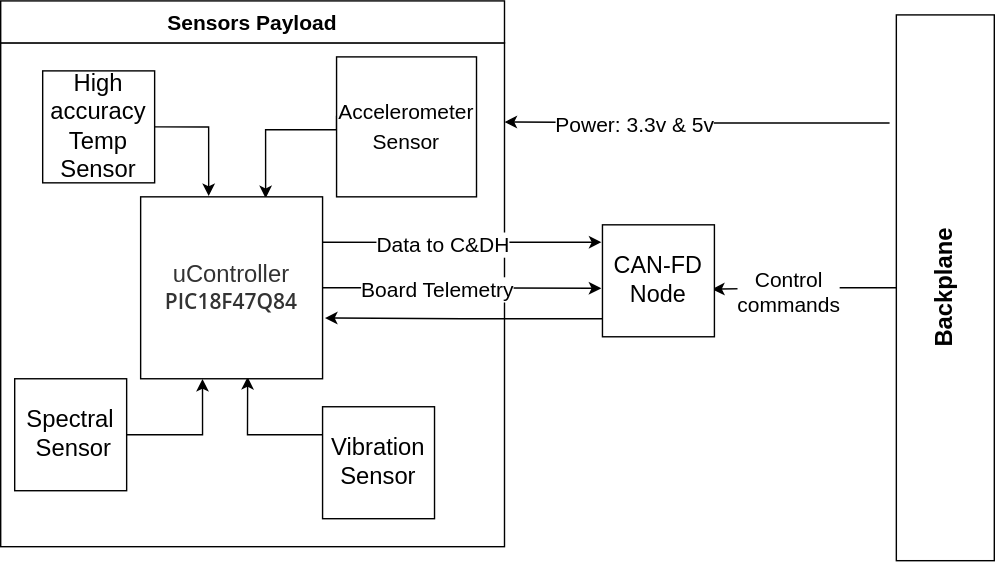
This is Payload/Payload_level1.drawio.svg from coloradocube/balloonsat-bus, a draw.io export, as it was before one commit. Source tidied: cells renumbered, new cells last; positions are measured from the earlier drawing's top-left corner, leaving out a move shared by most shapes. The source it was exported from:
```xml
<mxGraphModel>
  <root>
    <mxCell id="0" />
    <mxCell id="1" parent="0" />
    <mxCell id="2" style="whiteSpace=wrap;html=1;fontSize=15;" parent="1" vertex="1">
      <mxGeometry y="30" width="360" height="360" as="geometry" />
    </mxCell>
    <mxCell id="3" style="edgeStyle=orthogonalEdgeStyle;rounded=0;jettySize=auto;html=1;exitX=0;exitY=0.5;exitDx=0;exitDy=0;entryX=0.979;entryY=0.575;entryDx=0;entryDy=0;entryPerimeter=0;fontSize=15;" parent="1" edge="1" source="7" target="22">
      <mxGeometry relative="1" as="geometry" />
    </mxCell>
    <mxCell id="4" value="Control&lt;br&gt;commands" style="edgeLabel;html=1;align=center;verticalAlign=middle;fontSize=15;" parent="3" vertex="1">
      <mxGeometry x="0.19" y="1" relative="1" as="geometry" />
    </mxCell>
    <mxCell id="5" style="edgeStyle=orthogonalEdgeStyle;rounded=0;jettySize=auto;html=1;exitX=-0.069;exitY=0.198;exitDx=0;exitDy=0;entryX=1;entryY=0.157;entryDx=0;entryDy=0;entryPerimeter=0;fontSize=15;exitPerimeter=0;" parent="1" edge="1" source="7" target="2">
      <mxGeometry relative="1" as="geometry" />
    </mxCell>
    <mxCell id="6" value="Power: 3.3v &amp;amp; 5v" style="edgeLabel;html=1;align=center;verticalAlign=middle;fontSize=15;" parent="5" vertex="1">
      <mxGeometry x="0.33" y="1" relative="1" as="geometry" />
    </mxCell>
    <mxCell id="7" value="&lt;font style=&quot;font-size: 17px;&quot;&gt;&lt;b style=&quot;font-size: 17px;&quot;&gt;Backplane&lt;/b&gt;&lt;/font&gt;" style="rounded=0;whiteSpace=wrap;html=1;direction=east;horizontal=0;fontSize=17;" parent="1" vertex="1">
      <mxGeometry x="640" y="10" width="70" height="390" as="geometry" />
    </mxCell>
    <mxCell id="8" style="edgeStyle=orthogonalEdgeStyle;rounded=0;jettySize=auto;html=1;exitX=1;exitY=0.5;exitDx=0;exitDy=0;entryX=0.34;entryY=1.001;entryDx=0;entryDy=0;entryPerimeter=0;fontSize=15;" parent="1" edge="1" source="9" target="21">
      <mxGeometry relative="1" as="geometry">
        <Array as="points">
          <mxPoint x="144" y="310" />
        </Array>
      </mxGeometry>
    </mxCell>
    <mxCell id="9" value="S&lt;font style=&quot;font-size: 17px;&quot;&gt;pectral&lt;br style=&quot;font-size: 17px;&quot;&gt;&amp;nbsp;Sensor&lt;/font&gt;" style="whiteSpace=wrap;html=1;fontSize=17;" parent="1" vertex="1">
      <mxGeometry x="10" y="270" width="80" height="80" as="geometry" />
    </mxCell>
    <mxCell id="10" style="edgeStyle=orthogonalEdgeStyle;rounded=0;jettySize=auto;html=1;entryX=0.687;entryY=0.008;entryDx=0;entryDy=0;fontSize=15;entryPerimeter=0;exitX=0;exitY=0.5;exitDx=0;exitDy=0;" parent="1" edge="1" target="21">
      <mxGeometry relative="1" as="geometry">
        <mxPoint x="240" y="82" as="sourcePoint" />
        <Array as="points">
          <mxPoint x="240" y="92" />
          <mxPoint x="189" y="92" />
        </Array>
      </mxGeometry>
    </mxCell>
    <mxCell id="11" value="&lt;font style=&quot;font-size: 15px&quot;&gt;Accelerometer&lt;br&gt;Sensor&lt;/font&gt;" style="whiteSpace=wrap;html=1;fontSize=17;" parent="1" vertex="1">
      <mxGeometry x="240" y="40" width="100" height="100" as="geometry" />
    </mxCell>
    <mxCell id="12" style="edgeStyle=orthogonalEdgeStyle;rounded=0;jettySize=auto;html=1;entryX=0.588;entryY=0.99;entryDx=0;entryDy=0;entryPerimeter=0;fontSize=15;exitX=0;exitY=0.25;exitDx=0;exitDy=0;" parent="1" edge="1" source="13" target="21">
      <mxGeometry relative="1" as="geometry" />
    </mxCell>
    <mxCell id="13" value="Vibration Sensor" style="whiteSpace=wrap;html=1;fontSize=17;" parent="1" vertex="1">
      <mxGeometry x="230" y="290" width="80" height="80" as="geometry" />
    </mxCell>
    <mxCell id="14" style="edgeStyle=orthogonalEdgeStyle;rounded=0;jettySize=auto;html=1;entryX=0.374;entryY=-0.004;entryDx=0;entryDy=0;entryPerimeter=0;fontSize=15;exitX=1;exitY=0.5;exitDx=0;exitDy=0;" parent="1" edge="1" source="15" target="21">
      <mxGeometry relative="1" as="geometry" />
    </mxCell>
    <mxCell id="15" value="High accuracy&lt;br style=&quot;font-size: 17px;&quot;&gt;Temp&lt;br style=&quot;font-size: 17px;&quot;&gt;Sensor" style="whiteSpace=wrap;html=1;fontSize=17;" parent="1" vertex="1">
      <mxGeometry x="30" y="50" width="80" height="80" as="geometry" />
    </mxCell>
    <mxCell id="16" style="edgeStyle=orthogonalEdgeStyle;rounded=0;jettySize=auto;html=1;exitX=1;exitY=0.25;exitDx=0;exitDy=0;entryX=-0.009;entryY=0.155;entryDx=0;entryDy=0;entryPerimeter=0;fontSize=15;" parent="1" edge="1" source="21" target="22">
      <mxGeometry relative="1" as="geometry" />
    </mxCell>
    <mxCell id="17" value="Data to C&amp;amp;DH" style="edgeLabel;html=1;align=center;verticalAlign=middle;fontSize=15;" parent="16" vertex="1">
      <mxGeometry x="-0.14" y="-1" relative="1" as="geometry" />
    </mxCell>
    <mxCell id="18" style="edgeStyle=orthogonalEdgeStyle;rounded=0;jettySize=auto;html=1;exitX=1;exitY=0.5;exitDx=0;exitDy=0;entryX=-0.01;entryY=0.567;entryDx=0;entryDy=0;entryPerimeter=0;fontSize=15;" parent="1" edge="1" source="21" target="22">
      <mxGeometry relative="1" as="geometry" />
    </mxCell>
    <mxCell id="19" value="Board Telemetry" style="edgeLabel;html=1;align=center;verticalAlign=middle;fontSize=15;" parent="18" vertex="1">
      <mxGeometry x="-0.19" relative="1" as="geometry" />
    </mxCell>
    <mxCell id="20" style="edgeStyle=orthogonalEdgeStyle;rounded=0;jettySize=auto;html=1;exitX=0.014;exitY=0.839;exitDx=0;exitDy=0;entryX=1.013;entryY=0.666;entryDx=0;entryDy=0;fontSize=15;exitPerimeter=0;entryPerimeter=0;" parent="1" edge="1" source="22" target="21">
      <mxGeometry relative="1" as="geometry" />
    </mxCell>
    <mxCell id="21" value="&lt;span style=&quot;color: rgb(51 , 51 , 51) ; font-size: 17px&quot;&gt;uController&lt;/span&gt;&lt;br style=&quot;color: rgb(51 , 51 , 51) ; font-size: 17px&quot;&gt;&lt;span style=&quot;color: rgba(0 , 0 , 0 , 0.8) ; font-family: &amp;#34;open sans&amp;#34; , sans-serif ; font-weight: 600 ; text-align: left ; background-color: rgb(255 , 255 , 255)&quot;&gt;PIC18F47Q84&lt;/span&gt;" style="whiteSpace=wrap;html=1;fontSize=15;" parent="1" vertex="1">
      <mxGeometry x="100" y="140" width="130" height="130" as="geometry" />
    </mxCell>
    <mxCell id="22" value="&lt;font style=&quot;font-size: 16.7px;&quot;&gt;CAN-FD&lt;br style=&quot;font-size: 16.7px;&quot;&gt;Node&lt;/font&gt;" style="whiteSpace=wrap;html=1;fontSize=16.7;" parent="1" vertex="1">
      <mxGeometry x="430" y="160" width="80" height="80" as="geometry" />
    </mxCell>
    <mxCell id="23" value="&lt;b&gt;Sensors Payload&lt;/b&gt;" style="rounded=0;whiteSpace=wrap;html=1;fontSize=15;" parent="1" vertex="1">
      <mxGeometry width="360" height="30" as="geometry" />
    </mxCell>
  </root>
</mxGraphModel>
```
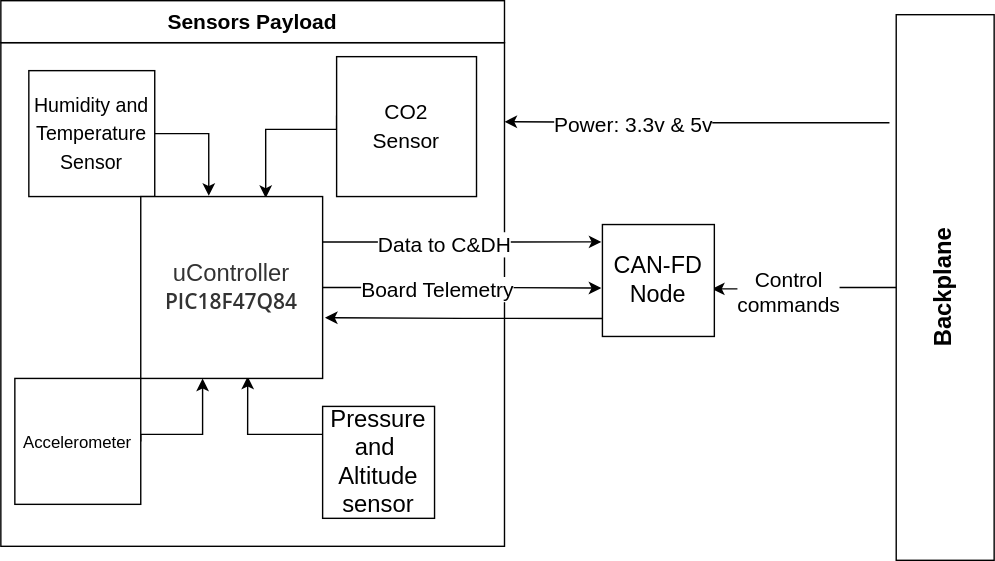
The same file after the commit.

Change to the diagram source:
```diff
@@ -27,8 +27,8 @@
         </Array>
       </mxGeometry>
     </mxCell>
-    <mxCell id="9" value="S&lt;font style=&quot;font-size: 17px;&quot;&gt;pectral&lt;br style=&quot;font-size: 17px;&quot;&gt;&amp;nbsp;Sensor&lt;/font&gt;" style="whiteSpace=wrap;html=1;fontSize=17;" parent="1" vertex="1">
-      <mxGeometry x="10" y="270" width="80" height="80" as="geometry" />
+    <mxCell id="9" value="&lt;font style=&quot;font-size: 12px&quot;&gt;Accelerometer&lt;/font&gt;" style="whiteSpace=wrap;html=1;fontSize=17;" parent="1" vertex="1">
+      <mxGeometry x="10" y="270" width="90" height="90" as="geometry" />
     </mxCell>
     <mxCell id="10" style="edgeStyle=orthogonalEdgeStyle;rounded=0;jettySize=auto;html=1;entryX=0.687;entryY=0.008;entryDx=0;entryDy=0;fontSize=15;entryPerimeter=0;exitX=0;exitY=0.5;exitDx=0;exitDy=0;" parent="1" edge="1" target="21">
       <mxGeometry relative="1" as="geometry">
@@ -39,20 +39,20 @@
         </Array>
       </mxGeometry>
     </mxCell>
-    <mxCell id="11" value="&lt;font style=&quot;font-size: 15px&quot;&gt;Accelerometer&lt;br&gt;Sensor&lt;/font&gt;" style="whiteSpace=wrap;html=1;fontSize=17;" parent="1" vertex="1">
+    <mxCell id="11" value="&lt;font style=&quot;font-size: 15px&quot;&gt;CO2&lt;br&gt;Sensor&lt;/font&gt;" style="whiteSpace=wrap;html=1;fontSize=17;" parent="1" vertex="1">
       <mxGeometry x="240" y="40" width="100" height="100" as="geometry" />
     </mxCell>
     <mxCell id="12" style="edgeStyle=orthogonalEdgeStyle;rounded=0;jettySize=auto;html=1;entryX=0.588;entryY=0.99;entryDx=0;entryDy=0;entryPerimeter=0;fontSize=15;exitX=0;exitY=0.25;exitDx=0;exitDy=0;" parent="1" edge="1" source="13" target="21">
       <mxGeometry relative="1" as="geometry" />
     </mxCell>
-    <mxCell id="13" value="Vibration Sensor" style="whiteSpace=wrap;html=1;fontSize=17;" parent="1" vertex="1">
+    <mxCell id="13" value="Pressure and&amp;nbsp;&lt;br&gt;Altitude sensor" style="whiteSpace=wrap;html=1;fontSize=17;" parent="1" vertex="1">
       <mxGeometry x="230" y="290" width="80" height="80" as="geometry" />
     </mxCell>
     <mxCell id="14" style="edgeStyle=orthogonalEdgeStyle;rounded=0;jettySize=auto;html=1;entryX=0.374;entryY=-0.004;entryDx=0;entryDy=0;entryPerimeter=0;fontSize=15;exitX=1;exitY=0.5;exitDx=0;exitDy=0;" parent="1" edge="1" source="15" target="21">
       <mxGeometry relative="1" as="geometry" />
     </mxCell>
-    <mxCell id="15" value="High accuracy&lt;br style=&quot;font-size: 17px;&quot;&gt;Temp&lt;br style=&quot;font-size: 17px;&quot;&gt;Sensor" style="whiteSpace=wrap;html=1;fontSize=17;" parent="1" vertex="1">
-      <mxGeometry x="30" y="50" width="80" height="80" as="geometry" />
+    <mxCell id="15" value="&lt;font style=&quot;font-size: 14px&quot;&gt;Humidity and Temperature&lt;br&gt;Sensor&lt;/font&gt;" style="whiteSpace=wrap;html=1;fontSize=17;" parent="1" vertex="1">
+      <mxGeometry x="20" y="50" width="90" height="90" as="geometry" />
     </mxCell>
     <mxCell id="16" style="edgeStyle=orthogonalEdgeStyle;rounded=0;jettySize=auto;html=1;exitX=1;exitY=0.25;exitDx=0;exitDy=0;entryX=-0.009;entryY=0.155;entryDx=0;entryDy=0;entryPerimeter=0;fontSize=15;" parent="1" edge="1" source="21" target="22">
       <mxGeometry relative="1" as="geometry" />
```
